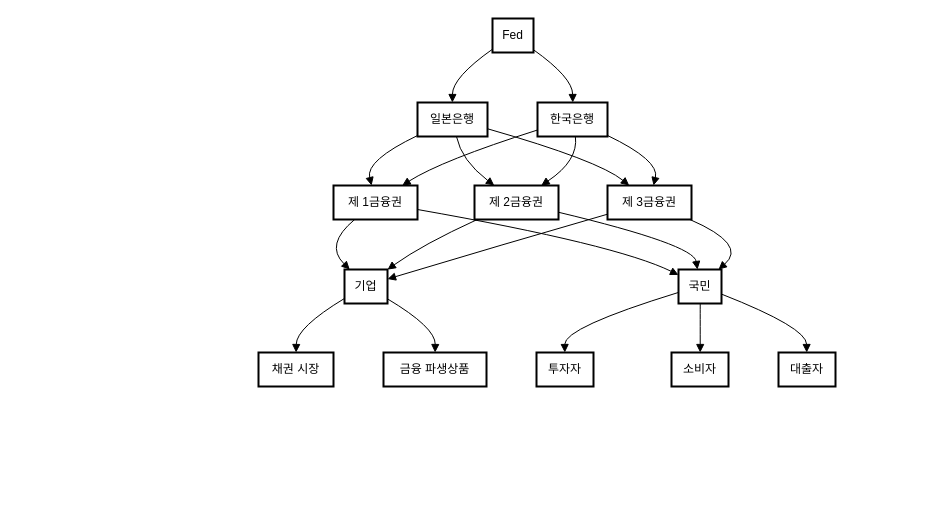
Above: 제목 없는 다이어그램.drawio in chanjungkim/drawio (draw.io), before the change. Source tidied: cells renumbered, new cells numbered last; positions are measured from the earlier drawing's top-left corner, leaving out a move shared by most shapes. Both pictures are drawn from the tidied source at 100%, with x=0, y=0 at pixel (258, 18).
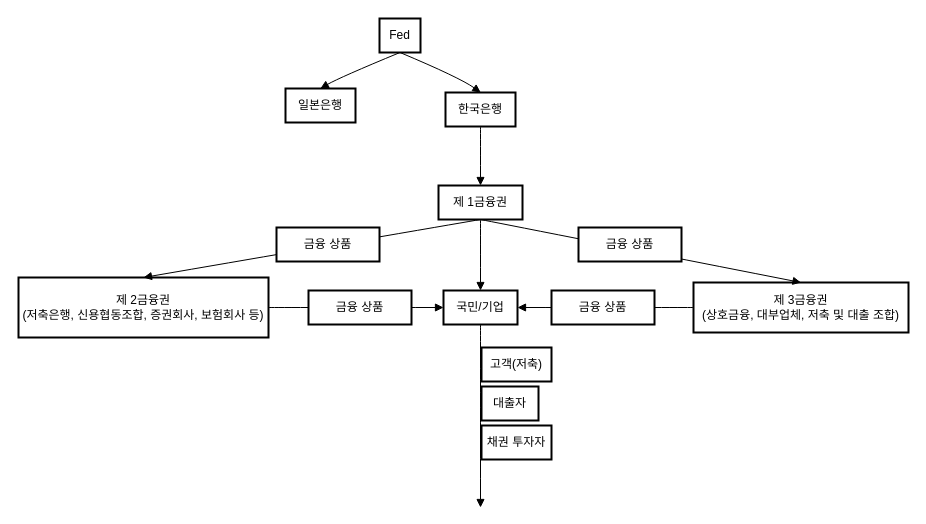
The same page after the edit.

Diff of the diagram source:
```diff
@@
     <mxCell id="2" value="Fed" style="whiteSpace=wrap;strokeWidth=2;" parent="1" vertex="1">
-      <mxGeometry x="234" width="41" height="34" as="geometry" />
+      <mxGeometry x="121" width="41" height="34" as="geometry" />
     </mxCell>
     <mxCell id="3" value="일본은행" style="whiteSpace=wrap;strokeWidth=2;" parent="1" vertex="1">
-      <mxGeometry x="159" y="84" width="70" height="34" as="geometry" />
+      <mxGeometry x="27" y="70" width="70" height="34" as="geometry" />
     </mxCell>
     <mxCell id="4" value="한국은행" style="whiteSpace=wrap;strokeWidth=2;" parent="1" vertex="1">
-      <mxGeometry x="279" y="84" width="70" height="34" as="geometry" />
+      <mxGeometry x="187" y="74" width="70" height="34" as="geometry" />
     </mxCell>
     <mxCell id="5" value="제 1금융권" style="whiteSpace=wrap;strokeWidth=2;" parent="1" vertex="1">
-      <mxGeometry x="75" y="167" width="84" height="34" as="geometry" />
+      <mxGeometry x="180" y="167" width="84" height="34" as="geometry" />
     </mxCell>
-    <mxCell id="6" value="제 2금융권" style="whiteSpace=wrap;strokeWidth=2;" parent="1" vertex="1">
-      <mxGeometry x="216" y="167" width="84" height="34" as="geometry" />
+    <mxCell id="6" value="제 2금융권&#10;(저축은행, 신용협동조합, 증권회사, 보험회사 등)" style="whiteSpace=wrap;strokeWidth=2;" parent="1" vertex="1">
+      <mxGeometry x="-240" y="259" width="250" height="60" as="geometry" />
     </mxCell>
-    <mxCell id="7" value="제 3금융권" style="whiteSpace=wrap;strokeWidth=2;" parent="1" vertex="1">
-      <mxGeometry x="349" y="167" width="84" height="34" as="geometry" />
+    <mxCell id="7" value="제 3금융권&#10;(상호금융, 대부업체, 저축 및 대출 조합)" style="whiteSpace=wrap;strokeWidth=2;" parent="1" vertex="1">
+      <mxGeometry x="435" y="264" width="215" height="50" as="geometry" />
     </mxCell>
-    <mxCell id="8" value="기업" style="whiteSpace=wrap;strokeWidth=2;" parent="1" vertex="1">
-      <mxGeometry x="86" y="251" width="43" height="34" as="geometry" />
-    </mxCell>
-    <mxCell id="9" value="국민" style="whiteSpace=wrap;strokeWidth=2;" parent="1" vertex="1">
-      <mxGeometry x="420" y="251" width="43" height="34" as="geometry" />
-    </mxCell>
-    <mxCell id="10" value="채권 시장" style="whiteSpace=wrap;strokeWidth=2;" parent="1" vertex="1">
-      <mxGeometry y="334" width="75" height="34" as="geometry" />
-    </mxCell>
-    <mxCell id="11" value="금융 파생상품" style="whiteSpace=wrap;strokeWidth=2;" parent="1" vertex="1">
-      <mxGeometry x="125" y="334" width="103" height="34" as="geometry" />
-    </mxCell>
-    <mxCell id="12" value="투자자" style="whiteSpace=wrap;strokeWidth=2;" parent="1" vertex="1">
-      <mxGeometry x="278" y="334" width="57" height="34" as="geometry" />
+    <mxCell id="12" value="채권 투자자" style="whiteSpace=wrap;strokeWidth=2;" parent="1" vertex="1">
+      <mxGeometry x="223" y="407" width="70" height="34" as="geometry" />
     </mxCell>
-    <mxCell id="13" value="소비자" style="whiteSpace=wrap;strokeWidth=2;" parent="1" vertex="1">
-      <mxGeometry x="413" y="334" width="57" height="34" as="geometry" />
-    </mxCell>
     <mxCell id="14" value="대출자" style="whiteSpace=wrap;strokeWidth=2;" parent="1" vertex="1">
-      <mxGeometry x="520" y="334" width="57" height="34" as="geometry" />
+      <mxGeometry x="223" y="368" width="57" height="34" as="geometry" />
     </mxCell>
-    <mxCell id="15" style="curved=1;startArrow=none;endArrow=block;exitX=-0.010718368902439025;exitY=0.9113122759326356;entryX=0.49852120535714284;entryY=-0.014705882352941176;" parent="1" edge="1" source="2" target="3">
+    <mxCell id="15" style="curved=1;startArrow=none;endArrow=block;exitX=0.5;exitY=1;entryX=0.49852120535714284;entryY=-0.014705882352941176;exitDx=0;exitDy=0;flowAnimation=1;" parent="1" edge="1" source="2" target="3">
       <mxGeometry relative="1" as="geometry">
         <Array as="points">
-          <mxPoint x="194" y="59" />
+          <mxPoint x="81" y="59" />
         </Array>
       </mxGeometry>
     </mxCell>
-    <mxCell id="16" style="curved=1;startArrow=none;endArrow=block;exitX=0.990234375;exitY=0.9113122759326356;entryX=0.5037667410714286;entryY=-0.014705882352941176;" parent="1" edge="1" source="2" target="4">
+    <mxCell id="16" style="curved=1;startArrow=none;endArrow=block;exitX=0.5;exitY=1;entryX=0.5037667410714286;entryY=-0.014705882352941176;exitDx=0;exitDy=0;flowAnimation=1;" parent="1" edge="1" source="2" target="4">
       <mxGeometry relative="1" as="geometry">
         <Array as="points">
-          <mxPoint x="314" y="59" />
+          <mxPoint x="201" y="59" />
         </Array>
       </mxGeometry>
     </mxCell>
-    <mxCell id="17" style="curved=1;startArrow=none;endArrow=block;exitX=0.0010988625427716312;exitY=0.9705882352941176;entryX=0.453517212227331;entryY=0;" parent="1" edge="1" source="3" target="5">
-      <mxGeometry relative="1" as="geometry">
-        <Array as="points">
-          <mxPoint x="107" y="142" />
-        </Array>
-      </mxGeometry>
-    </mxCell>
-    <mxCell id="18" style="curved=1;startArrow=none;endArrow=block;exitX=0.5531597519247222;exitY=0.9705882352941176;entryX=0.23561804961505572;entryY=0;" parent="1" edge="1" source="3" target="6">
-      <mxGeometry relative="1" as="geometry">
-        <Array as="points">
-          <mxPoint x="203" y="142" />
-        </Array>
-      </mxGeometry>
-    </mxCell>
-    <mxCell id="19" style="curved=1;startArrow=none;endArrow=block;exitX=1.0011439732142857;exitY=0.7728330237055429;entryX=0.2587133211256062;entryY=0;" parent="1" edge="1" source="3" target="7">
-      <mxGeometry relative="1" as="geometry">
-        <Array as="points">
-          <mxPoint x="340" y="142" />
-        </Array>
-      </mxGeometry>
-    </mxCell>
-    <mxCell id="20" style="curved=1;startArrow=none;endArrow=block;exitX=0.0011439732142857143;exitY=0.8081564772444874;entryX=0.8180447141431422;entryY=0;" parent="1" edge="1" source="4" target="5">
-      <mxGeometry relative="1" as="geometry">
-        <Array as="points">
-          <mxPoint x="183" y="142" />
-        </Array>
-      </mxGeometry>
+    <mxCell id="20" style="curved=1;startArrow=none;endArrow=block;exitX=0.5;exitY=1;entryX=0.5;entryY=0;exitDx=0;exitDy=0;entryDx=0;entryDy=0;flowAnimation=1;" parent="1" edge="1" source="4" target="5">
+      <mxGeometry relative="1" as="geometry" />
     </mxCell>
-    <mxCell id="21" style="curved=1;startArrow=none;endArrow=block;exitX=0.5389498903977759;exitY=0.9705882352941176;entryX=0.7942984009659251;entryY=0;" parent="1" edge="1" source="4" target="6">
-      <mxGeometry relative="1" as="geometry">
-        <Array as="points">
-          <mxPoint x="320" y="142" />
-        </Array>
-      </mxGeometry>
+    <mxCell id="21" style="curved=1;startArrow=none;endArrow=block;entryX=0.5;entryY=0;entryDx=0;entryDy=0;exitX=0.5;exitY=1;exitDx=0;exitDy=0;flowAnimation=1;" parent="1" edge="1" source="5" target="6">
+      <mxGeometry relative="1" as="geometry" />
     </mxCell>
-    <mxCell id="22" style="curved=1;startArrow=none;endArrow=block;exitX=1.0011890838857993;exitY=0.9705882352941176;entryX=0.5483894097964782;entryY=0;" parent="1" edge="1" source="4" target="7">
-      <mxGeometry relative="1" as="geometry">
-        <Array as="points">
-          <mxPoint x="401" y="142" />
-        </Array>
-      </mxGeometry>
-    </mxCell>
-    <mxCell id="23" style="curved=1;startArrow=none;endArrow=block;exitX=0.25936436279227254;exitY=0.9852941176470589;entryX=0.11159494238267656;entryY=-0.014705882352941176;" parent="1" edge="1" source="5" target="8">
-      <mxGeometry relative="1" as="geometry">
-        <Array as="points">
-          <mxPoint x="66" y="226" />
-        </Array>
-      </mxGeometry>
+    <mxCell id="23" style="curved=1;startArrow=none;endArrow=block;exitX=0.5;exitY=1;entryX=0.5;entryY=0;exitDx=0;exitDy=0;entryDx=0;entryDy=0;flowAnimation=1;" parent="1" edge="1" source="5" target="7">
+      <mxGeometry relative="1" as="geometry" />
     </mxCell>
-    <mxCell id="24" style="curved=1;startArrow=none;endArrow=block;exitX=0.9987676711309523;exitY=0.7056721973652391;entryX=0.008357558139534883;entryY=0.16485342153660387;" parent="1" edge="1" source="5" target="9">
-      <mxGeometry relative="1" as="geometry">
-        <Array as="points">
-          <mxPoint x="358" y="226" />
-        </Array>
-      </mxGeometry>
-    </mxCell>
-    <mxCell id="25" style="curved=1;startArrow=none;endArrow=block;exitX=0.04680106862168524;exitY=0.9852941176470589;entryX=0.9872365552325582;entryY=0.01642854830747855;" parent="1" edge="1" source="6" target="8">
-      <mxGeometry relative="1" as="geometry">
-        <Array as="points">
-          <mxPoint x="164" y="226" />
-        </Array>
-      </mxGeometry>
+    <mxCell id="25" style="curved=1;startArrow=none;endArrow=block;exitX=1;exitY=0.5;entryX=0;entryY=0.5;exitDx=0;exitDy=0;entryDx=0;entryDy=0;flowAnimation=1;" parent="1" edge="1" source="6" target="8">
+      <mxGeometry relative="1" as="geometry" />
     </mxCell>
-    <mxCell id="26" style="curved=1;startArrow=none;endArrow=block;exitX=0.9912341889880952;exitY=0.7820581625981601;entryX=0.44014151928700773;entryY=-0.014705882352941176;" parent="1" edge="1" source="6" target="9">
-      <mxGeometry relative="1" as="geometry">
-        <Array as="points">
-          <mxPoint x="435" y="226" />
-        </Array>
-      </mxGeometry>
-    </mxCell>
-    <mxCell id="27" style="curved=1;startArrow=none;endArrow=block;exitX=0.003138950892857143;exitY=0.8417903068204023;entryX=0.9872365552325582;entryY=0.2865973695909277;" parent="1" edge="1" source="7" target="8">
-      <mxGeometry relative="1" as="geometry">
-        <Array as="points">
-          <mxPoint x="244" y="226" />
-        </Array>
-      </mxGeometry>
+    <mxCell id="27" style="curved=1;startArrow=none;endArrow=block;exitX=0;exitY=0.5;exitDx=0;exitDy=0;entryX=1;entryY=0.5;entryDx=0;entryDy=0;flowAnimation=1;" parent="1" edge="1" source="7" target="8">
+      <mxGeometry relative="1" as="geometry" />
     </mxCell>
-    <mxCell id="28" style="curved=1;startArrow=none;endArrow=block;exitX=0.966648733782435;exitY=0.9852941176470589;entryX=0.9425132293552433;entryY=-0.014705882352941176;" parent="1" edge="1" source="7" target="9">
-      <mxGeometry relative="1" as="geometry">
-        <Array as="points">
-          <mxPoint x="489" y="226" />
-        </Array>
-      </mxGeometry>
-    </mxCell>
-    <mxCell id="29" style="curved=1;startArrow=none;endArrow=block;exitX=-0.005496002906976744;exitY=0.8549730434164611;entryX=0.50125;entryY=0;" parent="1" edge="1" source="8" target="10">
-      <mxGeometry relative="1" as="geometry">
-        <Array as="points">
-          <mxPoint x="38" y="309" />
-        </Array>
-      </mxGeometry>
-    </mxCell>
-    <mxCell id="30" style="curved=1;startArrow=none;endArrow=block;exitX=0.9872365552325582;exitY=0.8549730434164611;entryX=0.5011756674757282;entryY=0;" parent="1" edge="1" source="8" target="11">
-      <mxGeometry relative="1" as="geometry">
-        <Array as="points">
-          <mxPoint x="177" y="309" />
-        </Array>
-      </mxGeometry>
-    </mxCell>
-    <mxCell id="31" style="curved=1;startArrow=none;endArrow=block;exitX=0.008357558139534883;exitY=0.6715264094038891;entryX=0.4967790570175439;entryY=0;" parent="1" edge="1" source="9" target="12">
-      <mxGeometry relative="1" as="geometry">
-        <Array as="points">
-          <mxPoint x="306" y="309" />
-        </Array>
-      </mxGeometry>
-    </mxCell>
-    <mxCell id="32" style="curved=1;startArrow=none;endArrow=block;exitX=0.5047238372093024;exitY=0.9705882352941176;entryX=0.5035635964912281;entryY=0;" parent="1" edge="1" source="9" target="13">
-      <mxGeometry relative="1" as="geometry" />
-    </mxCell>
-    <mxCell id="33" style="curved=1;startArrow=none;endArrow=block;exitX=1.0010901162790697;exitY=0.7239797018917583;entryX=0.49520285087719296;entryY=0;" parent="1" edge="1" source="9" target="14">
-      <mxGeometry relative="1" as="geometry">
-        <Array as="points">
-          <mxPoint x="548" y="309" />
-        </Array>
-      </mxGeometry>
-    </mxCell>
+    <mxCell id="34" style="curved=1;startArrow=none;endArrow=block;exitX=0.5;exitY=1;exitDx=0;exitDy=0;flowAnimation=1;" parent="1" edge="1" source="8">
+      <mxGeometry relative="1" as="geometry">
+        <mxPoint x="222" y="489" as="targetPoint" />
+      </mxGeometry>
+    </mxCell>
+    <mxCell id="35" style="curved=1;startArrow=none;endArrow=block;exitX=0.5;exitY=1;exitDx=0;exitDy=0;flowAnimation=1;" parent="1" edge="1" source="5" target="8">
+      <mxGeometry relative="1" as="geometry" />
+    </mxCell>
+    <mxCell id="8" value="국민/기업" style="whiteSpace=wrap;strokeWidth=2;" parent="1" vertex="1">
+      <mxGeometry x="185" y="272" width="74" height="34" as="geometry" />
+    </mxCell>
+    <mxCell id="36" value="고객(저축)" style="whiteSpace=wrap;strokeWidth=2;" parent="1" vertex="1">
+      <mxGeometry x="223" y="329" width="70" height="34" as="geometry" />
+    </mxCell>
+    <mxCell id="37" value="금융 상품" style="whiteSpace=wrap;strokeWidth=2;" parent="1" vertex="1">
+      <mxGeometry x="50" y="272" width="103" height="34" as="geometry" />
+    </mxCell>
+    <mxCell id="38" value="금융 상품" style="whiteSpace=wrap;strokeWidth=2;" parent="1" vertex="1">
+      <mxGeometry x="320" y="209" width="103" height="34" as="geometry" />
+    </mxCell>
+    <mxCell id="39" value="금융 상품" style="whiteSpace=wrap;strokeWidth=2;" parent="1" vertex="1">
+      <mxGeometry x="18" y="209" width="103" height="34" as="geometry" />
+    </mxCell>
+    <mxCell id="40" value="금융 상품" style="whiteSpace=wrap;strokeWidth=2;" parent="1" vertex="1">
+      <mxGeometry x="293" y="272" width="103" height="34" as="geometry" />
+    </mxCell>
```
